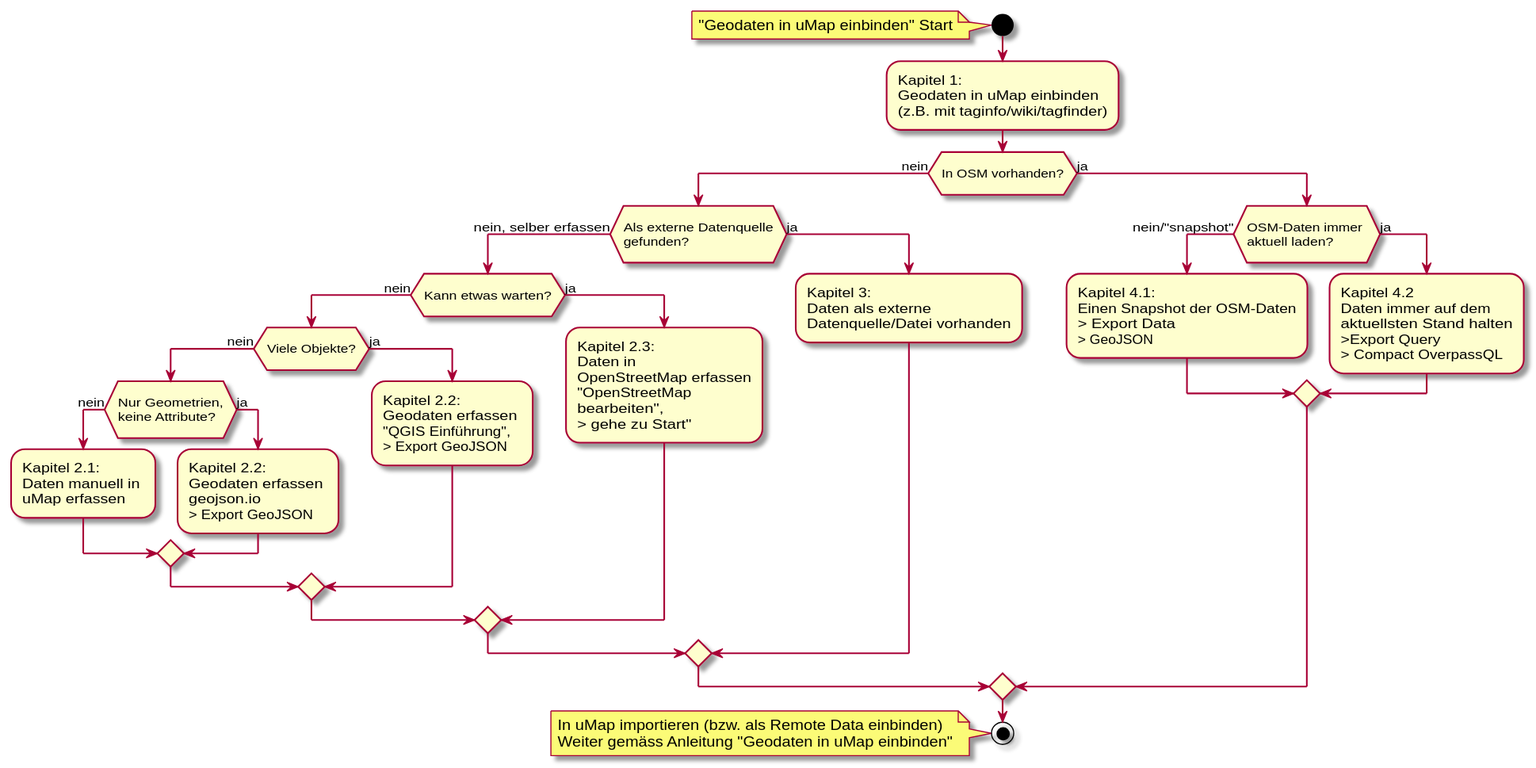
Earlier version of the PlantUML export bilder/umap/online-karte_erstellen/uml_diagram.svg (itstriolink/openschoolmaps-gitlab-io).
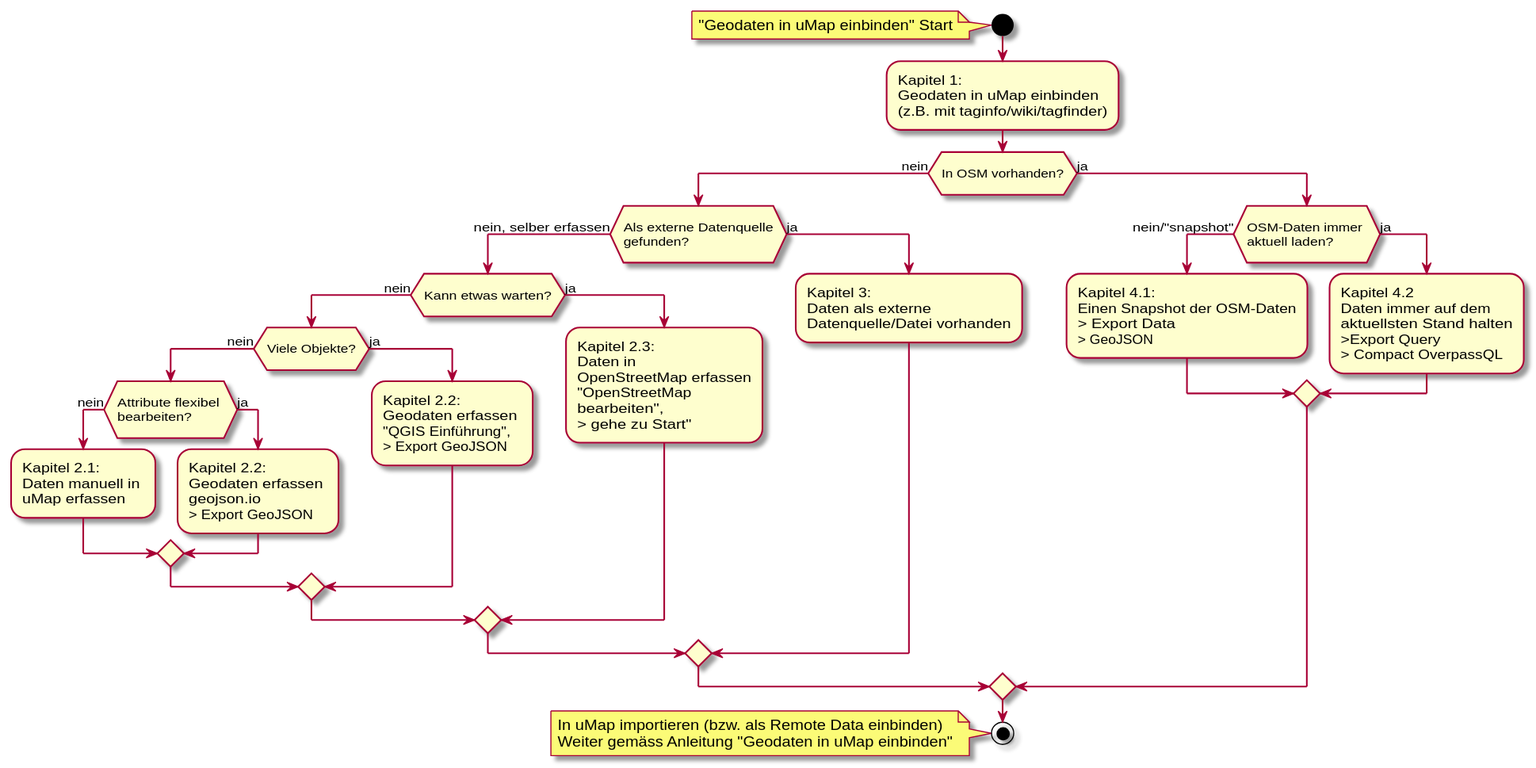
After the change.

Diff of the diagram source:
```diff
@@ -10,7 +10,7 @@
   if (\nAls externe Datenquelle\ngefunden?\n) then (nein, selber erfassen)
     if (\nKann etwas warten?\n) then (nein)
       if (\nViele Objekte?\n) then (nein)
-        if (\nNur Geometrien,\nkeine Attribute?\n) then (nein)
+        if (\nAttribute flexibel \nbearbeiten?\n) then (nein)
           :Kapitel 2.1:\nDaten manuell in \nuMap erfassen;
         else (ja)
           :Kapitel 2.2:\nGeodaten erfassen \ngeojson.io\n> Export GeoJSON;
```
